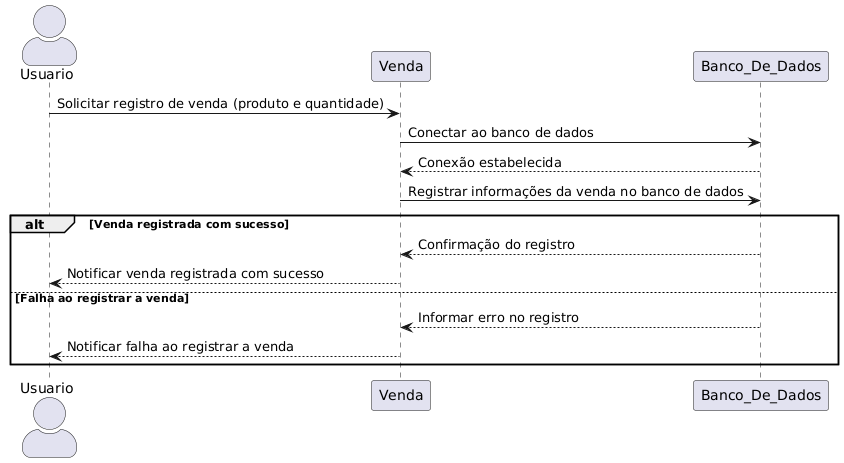
PI-2-semestre-DSM/app-acad keeps this PlantUML diagram as Diagramas/Sequencia/Venda/Venda.png. Above is the earlier version. The source it was exported from:
```plantuml
@startuml
skinparam actorStyle awesome
actor Usuario as usuario
participant Venda as venda
participant Banco_De_Dados as db

usuario -> venda : Solicitar registro de venda (produto e quantidade)
venda -> db : Conectar ao banco de dados
db --> venda : Conexão estabelecida

venda -> db : Registrar informações da venda no banco de dados
alt Venda registrada com sucesso
    db --> venda : Confirmação do registro
    venda --> usuario : Notificar venda registrada com sucesso
else Falha ao registrar a venda
    db --> venda : Informar erro no registro
    venda --> usuario : Notificar falha ao registrar a venda
end
@enduml
```
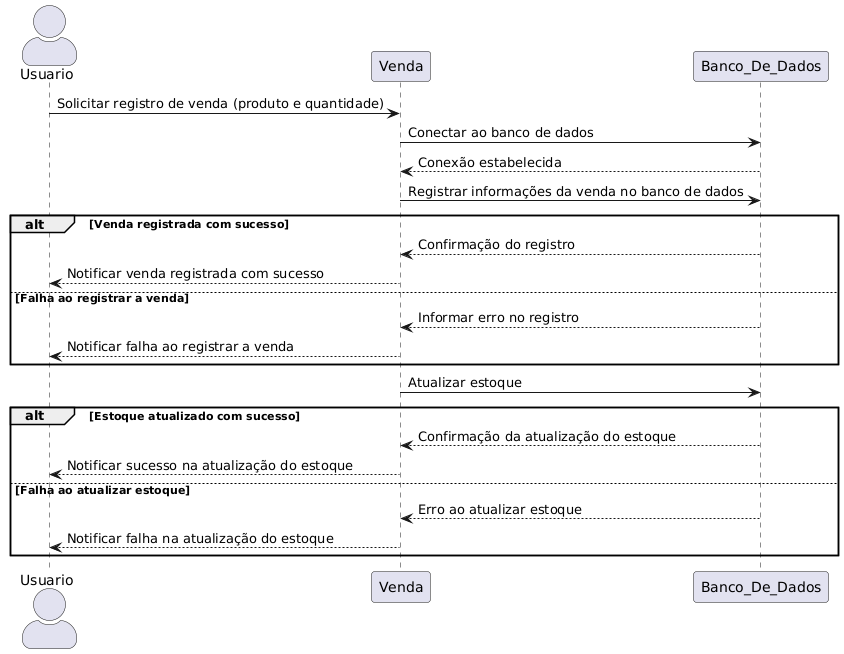
After the commit.

The edit, as a diff of the source:
```diff
@@ -16,4 +16,13 @@
     db --> venda : Informar erro no registro
     venda --> usuario : Notificar falha ao registrar a venda
 end
+
+venda -> db : Atualizar estoque
+alt Estoque atualizado com sucesso
+    db --> venda : Confirmação da atualização do estoque
+    venda --> usuario : Notificar sucesso na atualização do estoque
+else Falha ao atualizar estoque
+    db --> venda : Erro ao atualizar estoque
+    venda --> usuario : Notificar falha na atualização do estoque
+end
 @enduml
```
